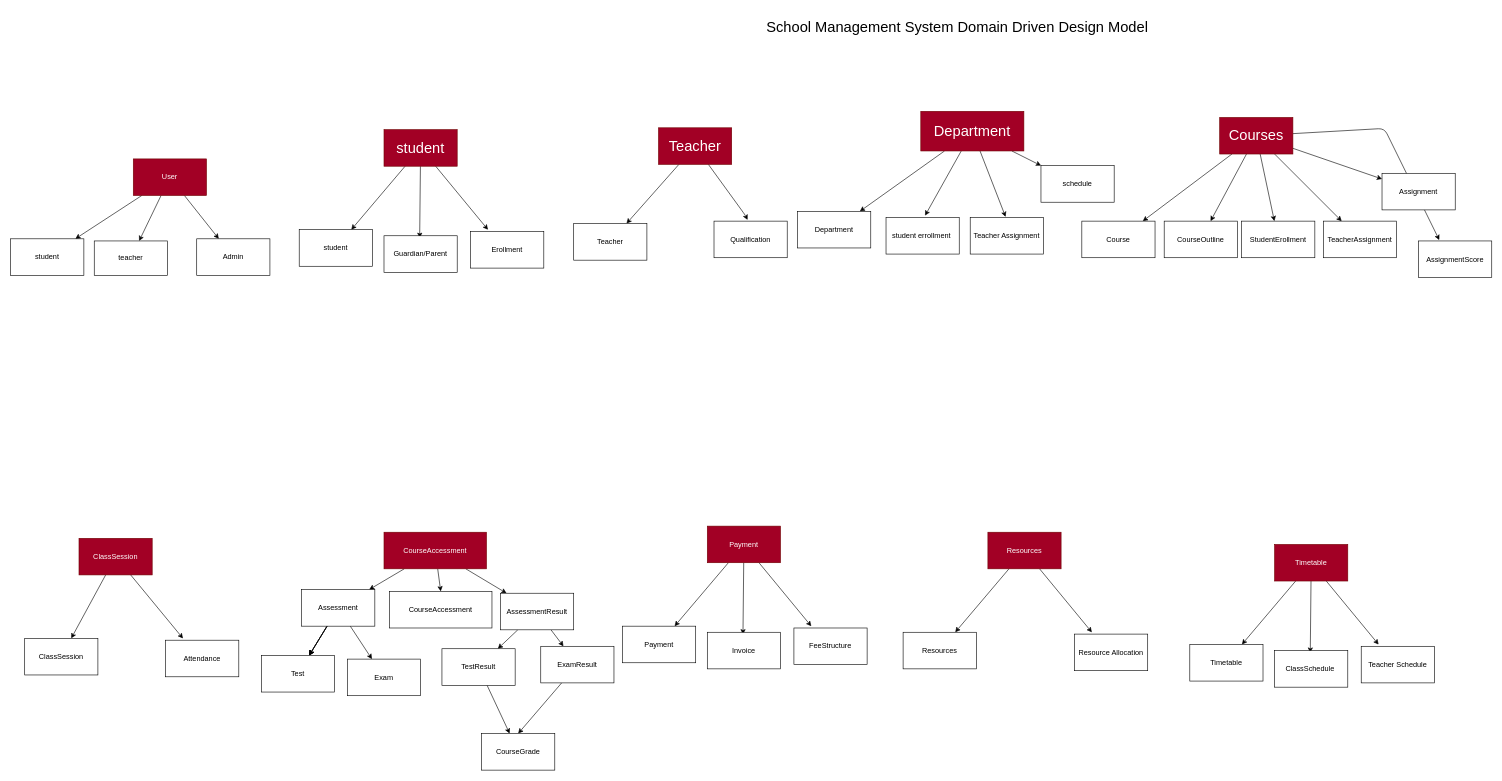
Earlier version of the draw.io diagram app.drawio (hakeem2499/SchoolAutomation). Source tidied: cells renumbered, new cells numbered last; positions are measured from the earlier drawing's top-left corner, leaving out a move shared by most shapes. Both pictures are drawn from the tidied source at 61%, with x=0, y=0 at pixel (10, 10).
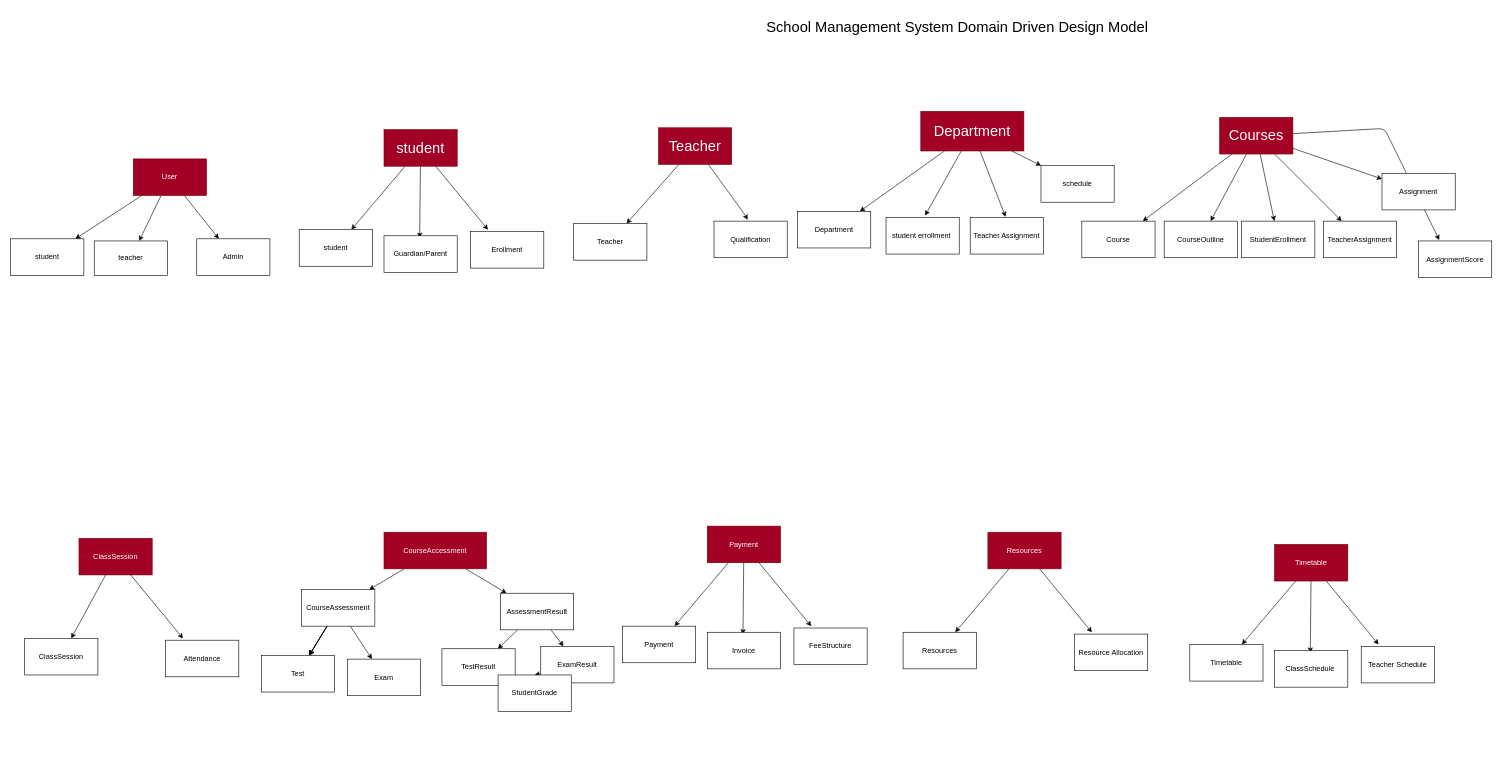
The same diagram, later.

Commit message (it also covers changes not shown here):
added accessment aggregate structure

The change refers to these unchanged cells:
```xml
<mxCell id="32" value="CourseAccessment" style="rounded=0;whiteSpace=wrap;html=1;fillColor=#a20025;fontColor=#ffffff;strokeColor=#6F0000;" parent="1" vertex="1">
  <mxGeometry x="612" y="855" width="168" height="60" as="geometry" />
</mxCell>
```

Change to the diagram source:
```diff
@@
-    <mxCell id="31" style="edgeStyle=none;html=1;fontColor=#FF6666;entryX=0.5;entryY=0;entryDx=0;entryDy=0;" parent="1" edge="1" source="32" target="88">
-      <mxGeometry relative="1" as="geometry" />
-    </mxCell>
@@
-    <mxCell id="38" value="Assessment" style="rounded=0;whiteSpace=wrap;html=1;" parent="1" vertex="1">
+    <mxCell id="38" value="CourseAssessment" style="rounded=0;whiteSpace=wrap;html=1;" parent="1" vertex="1">
       <mxGeometry x="477" y="949" width="120" height="60" as="geometry" />
     </mxCell>
@@
-    <mxCell id="87" value="CourseGrade" style="whiteSpace=wrap;html=1;rounded=0;" parent="1" vertex="1">
-      <mxGeometry x="772" y="1185" width="120" height="60" as="geometry" />
+    <mxCell id="87" value="StudentGrade" style="whiteSpace=wrap;html=1;rounded=0;" parent="1" vertex="1">
+      <mxGeometry x="799" y="1089" width="120" height="60" as="geometry" />
     </mxCell>
-    <mxCell id="88" value="&lt;font color=&quot;#000000&quot;&gt;CourseAccessment&lt;/font&gt;" style="rounded=0;whiteSpace=wrap;html=1;fontColor=#FF6666;" parent="1" vertex="1">
-      <mxGeometry x="621" y="952" width="168" height="60" as="geometry" />
-    </mxCell>
```
